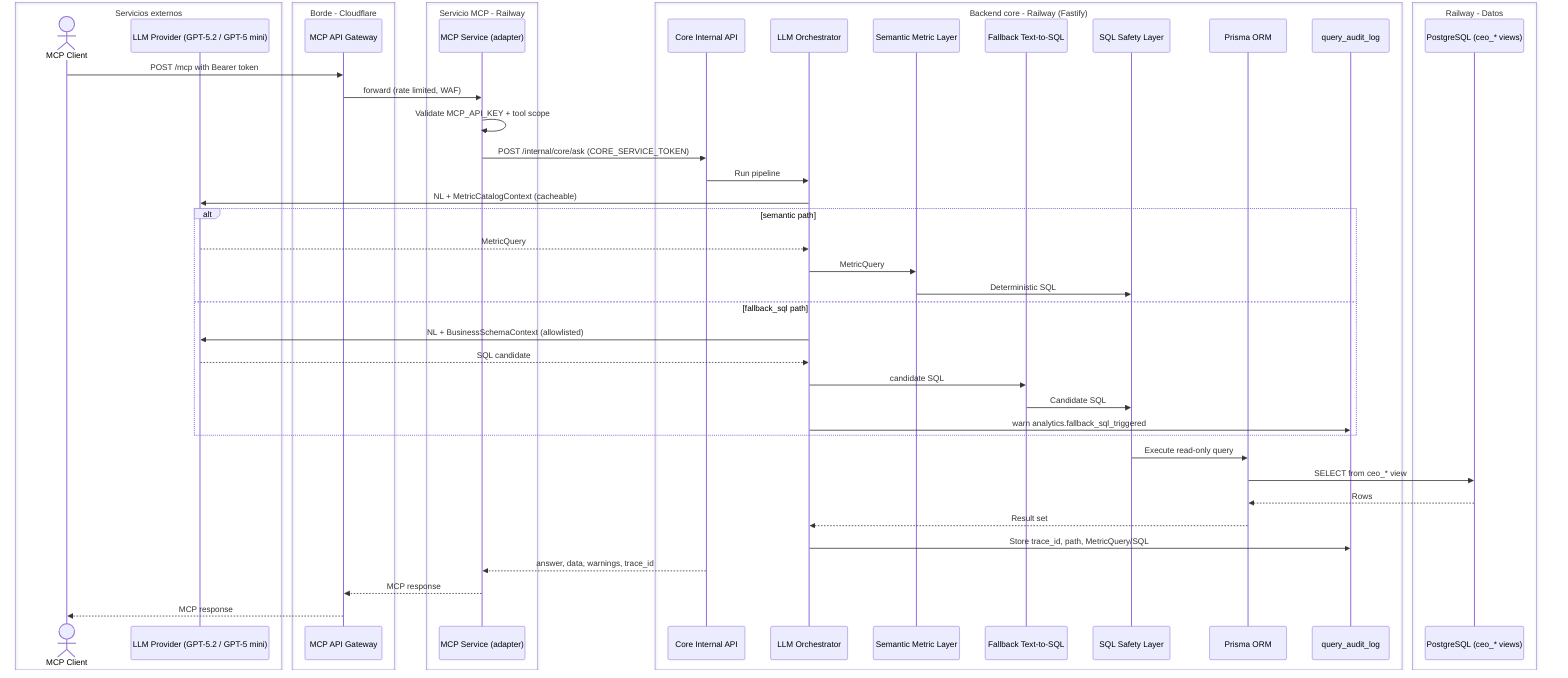
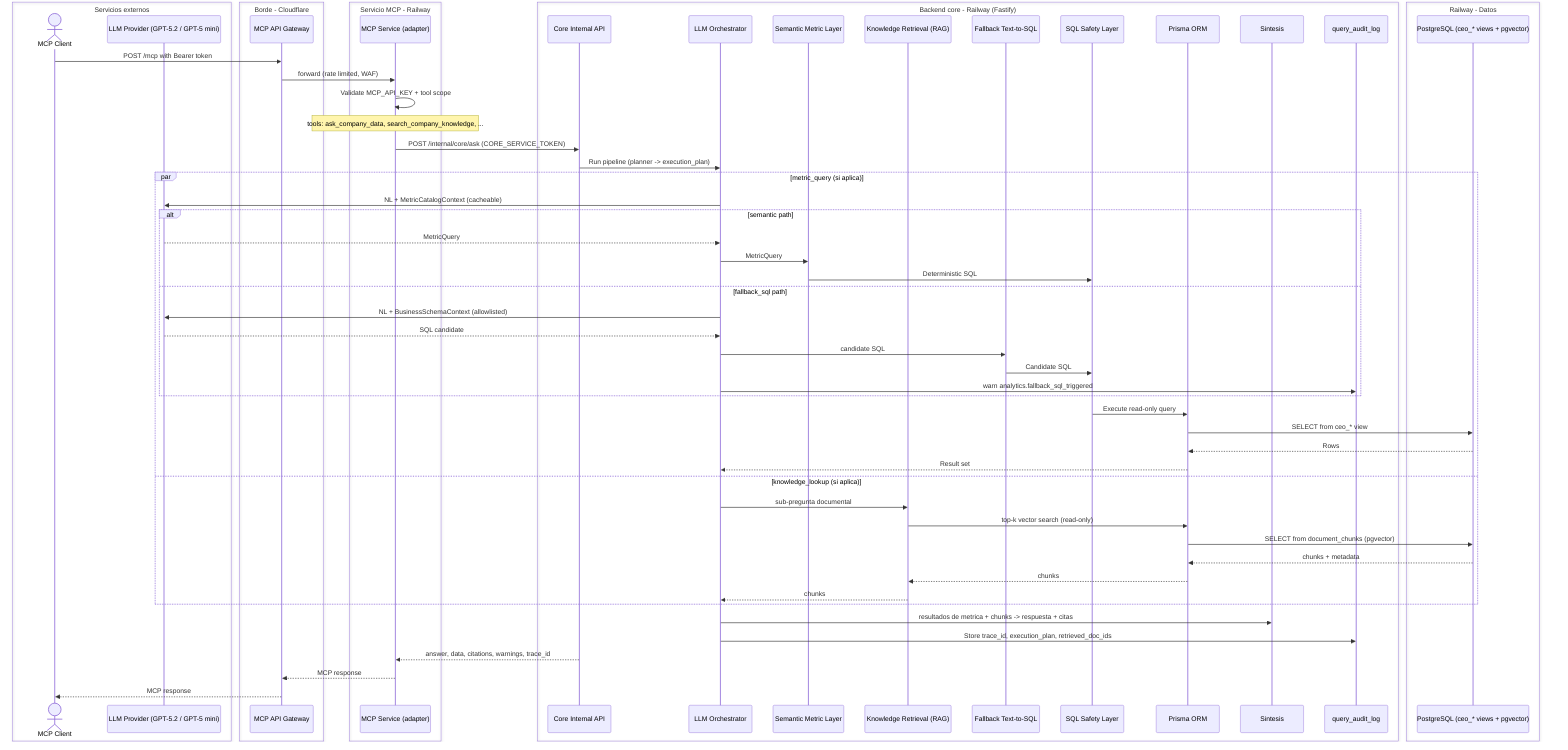
sequenceDiagram
  box Servicios externos
  actor Client as MCP Client
  participant LLM as LLM Provider (GPT-5.2 / GPT-5 mini)
  end
  box Borde - Cloudflare
  participant McpGW as MCP API Gateway
  end
  box Servicio MCP - Railway
  participant MCPsvc as MCP Service (adapter)
  end
  box Backend core - Railway (Fastify)
  participant Core as Core Internal API
  participant Orch as LLM Orchestrator
  participant Sem as Semantic Metric Layer
+   participant Know as Knowledge Retrieval (RAG)
  participant Fallback as Fallback Text-to-SQL
  participant Safety as SQL Safety Layer
  participant Prisma as Prisma ORM
+   participant Synth as Sintesis
  participant Audit as query_audit_log
  end
  box Railway - Datos
-   participant DB as PostgreSQL (ceo_* views)
+   participant DB as PostgreSQL (ceo_* views + pgvector)
  end

  Client->>McpGW: POST /mcp with Bearer token
  McpGW->>MCPsvc: forward (rate limited, WAF)
  MCPsvc->>MCPsvc: Validate MCP_API_KEY + tool scope
+   Note over MCPsvc: tools: ask_company_data, search_company_knowledge, ...
  MCPsvc->>Core: POST /internal/core/ask (CORE_SERVICE_TOKEN)
-   Core->>Orch: Run pipeline
-   Orch->>LLM: NL + MetricCatalogContext (cacheable)
-   alt semantic path
-     LLM-->>Orch: MetricQuery
-     Orch->>Sem: MetricQuery
-     Sem->>Safety: Deterministic SQL
-   else fallback_sql path
-     Orch->>LLM: NL + BusinessSchemaContext (allowlisted)
-     LLM-->>Orch: SQL candidate
-     Orch->>Fallback: candidate SQL
-     Fallback->>Safety: Candidate SQL
-     Orch->>Audit: warn analytics.fallback_sql_triggered
+   Core->>Orch: Run pipeline (planner -> execution_plan)
+   par metric_query (si aplica)
+     Orch->>LLM: NL + MetricCatalogContext (cacheable)
+     alt semantic path
+       LLM-->>Orch: MetricQuery
+       Orch->>Sem: MetricQuery
+       Sem->>Safety: Deterministic SQL
+     else fallback_sql path
+       Orch->>LLM: NL + BusinessSchemaContext (allowlisted)
+       LLM-->>Orch: SQL candidate
+       Orch->>Fallback: candidate SQL
+       Fallback->>Safety: Candidate SQL
+       Orch->>Audit: warn analytics.fallback_sql_triggered
+     end
+     Safety->>Prisma: Execute read-only query
+     Prisma->>DB: SELECT from ceo_* view
+     DB-->>Prisma: Rows
+     Prisma-->>Orch: Result set
+   and knowledge_lookup (si aplica)
+     Orch->>Know: sub-pregunta documental
+     Know->>Prisma: top-k vector search (read-only)
+     Prisma->>DB: SELECT from document_chunks (pgvector)
+     DB-->>Prisma: chunks + metadata
+     Prisma-->>Know: chunks
+     Know-->>Orch: chunks
  end
-   Safety->>Prisma: Execute read-only query
-   Prisma->>DB: SELECT from ceo_* view
-   DB-->>Prisma: Rows
-   Prisma-->>Orch: Result set
-   Orch->>Audit: Store trace_id, path, MetricQuery/SQL
-   Core-->>MCPsvc: answer, data, warnings, trace_id
+   Orch->>Synth: resultados de metrica + chunks -> respuesta + citas
+   Orch->>Audit: Store trace_id, execution_plan, retrieved_doc_ids
+   Core-->>MCPsvc: answer, data, citations, warnings, trace_id
  MCPsvc-->>McpGW: MCP response
  McpGW-->>Client: MCP response
